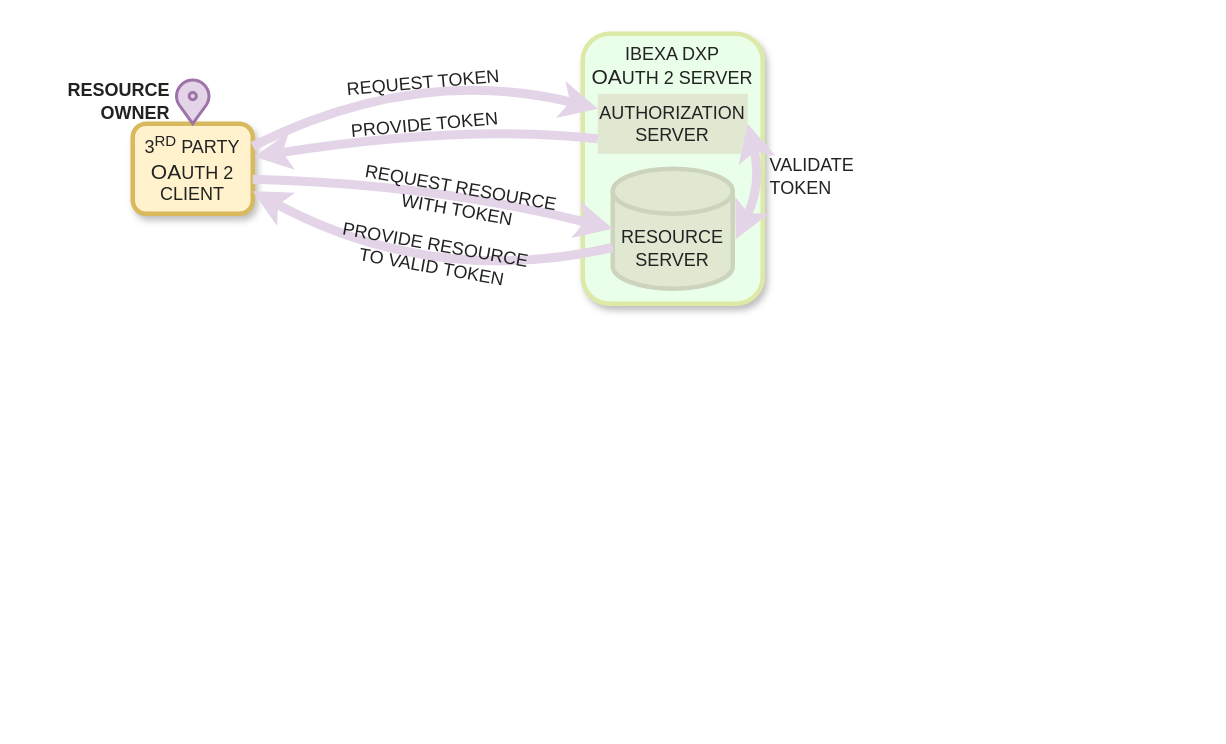
Before: docs/users/diagram_source/oauth2-server.drawio in ibexa/documentation-developer, a draw.io diagram. Source tidied: cells renumbered, new cells numbered last; positions are measured from the earlier drawing's top-left corner, leaving out a move shared by most shapes. Both pictures are drawn from the tidied source at 150%, with x=0, y=0 at pixel (26, 33).
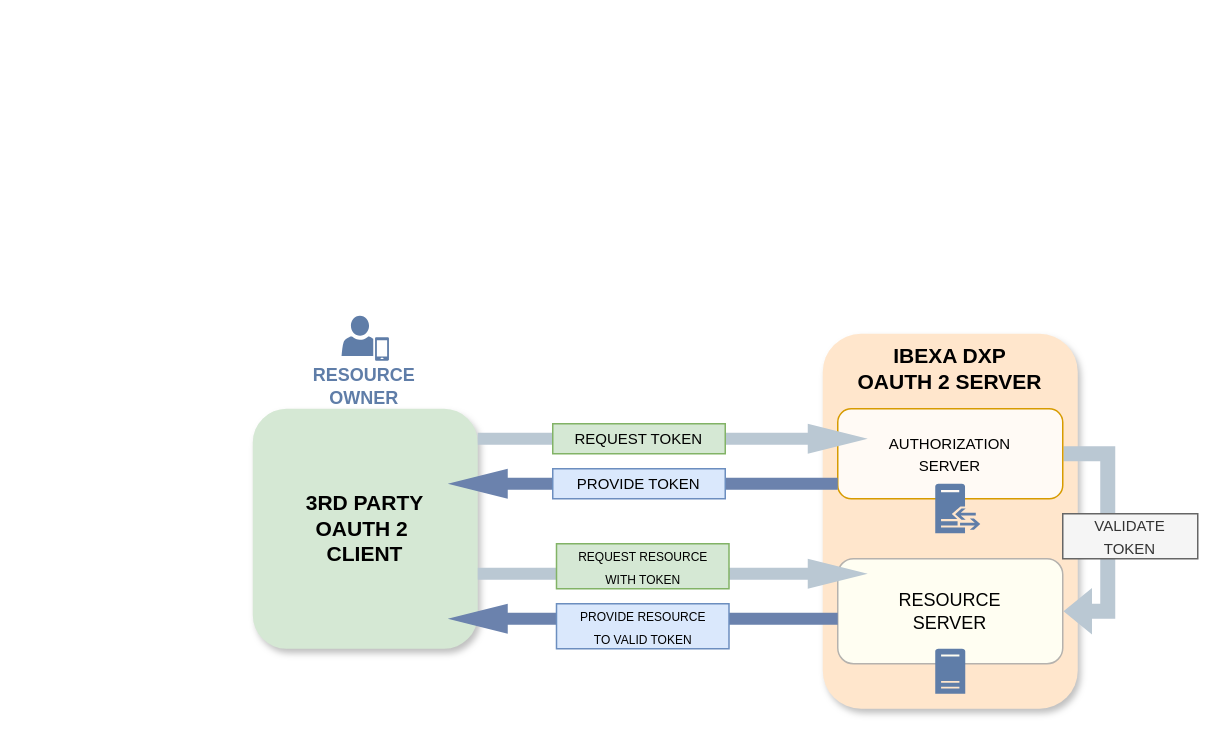
After the change.

Commit message (it also covers changes not shown here):
OAuth diagram styling

Change to the diagram source:
```diff
@@
-    <mxCell id="2" value="&lt;font color=&quot;#222222&quot;&gt;IBEXA DXP&lt;br&gt;&lt;font style=&quot;font-size: 14px;&quot;&gt;OA&lt;/font&gt;UTH 2 SERVER&lt;/font&gt;" style="rounded=1;whiteSpace=wrap;html=1;horizontal=1;verticalAlign=top;shadow=1;strokeWidth=3;fillColor=#eaffe9;strokeColor=#dde9a7;" parent="1" vertex="1">
-      <mxGeometry x="371" width="120" height="180" as="geometry" />
-    </mxCell>
+    <mxCell id="18" value="3RD PARTY&lt;br&gt;OAUTH 2&amp;nbsp;&lt;br&gt;&lt;span style=&quot;background-color: initial; text-align: right;&quot;&gt;CLIENT&lt;/span&gt;" style="rounded=1;whiteSpace=wrap;html=1;fontStyle=1;fontSize=14;fillColor=#d5e8d4;strokeColor=none;shadow=1;glass=0;verticalAlign=middle;" parent="1" vertex="1">
+      <mxGeometry x="151" y="250" width="150" height="160" as="geometry" />
+    </mxCell>
+    <mxCell id="17" value="&lt;b&gt;&lt;font color=&quot;#5f7da8&quot;&gt;RESOURCE&lt;br&gt;&lt;/font&gt;&lt;/b&gt;&lt;div style=&quot;&quot;&gt;&lt;span style=&quot;background-color: initial;&quot;&gt;&lt;b&gt;&lt;font color=&quot;#5f7da8&quot;&gt;OWNER&lt;/font&gt;&lt;/b&gt;&lt;/span&gt;&lt;/div&gt;" style="text;strokeColor=none;align=center;fillColor=none;html=1;verticalAlign=middle;whiteSpace=wrap;rounded=0;" parent="1" vertex="1">
+      <mxGeometry x="142.4" y="220" width="167.2" height="30" as="geometry" />
+    </mxCell>
+    <mxCell id="19" value="IBEXA DXP&lt;br style=&quot;border-color: var(--border-color);&quot;&gt;OAUTH 2 SERVER" style="rounded=1;whiteSpace=wrap;html=1;fontStyle=1;fontSize=14;fillColor=#ffe6cc;strokeColor=none;shadow=1;glass=0;verticalAlign=top;" parent="1" vertex="1">
+      <mxGeometry x="531" y="200" width="170" height="250" as="geometry" />
+    </mxCell>
+    <mxCell id="14" style="edgeStyle=orthogonalEdgeStyle;rounded=0;jettySize=auto;html=1;shape=flexArrow;entryX=1;entryY=0.5;entryDx=0;entryDy=0;fillColor=#BAC8D3;strokeColor=none;exitX=1;exitY=0.5;exitDx=0;exitDy=0;" parent="1" edge="1" source="3" target="4">
+      <mxGeometry relative="1" as="geometry">
+        <Array as="points">
+          <mxPoint x="721" y="280" />
+          <mxPoint x="721" y="385" />
+        </Array>
+      </mxGeometry>
+    </mxCell>
-    <mxCell id="3" value="&lt;font color=&quot;#222222&quot;&gt;AUTHORIZATION&lt;br&gt;SERVER&lt;/font&gt;" style="rounded=0;whiteSpace=wrap;html=1;strokeColor=none;fillColor=#e1e8d1;" parent="1" vertex="1">
-      <mxGeometry x="381" y="40" width="100" height="40" as="geometry" />
+    <mxCell id="3" value="&lt;font style=&quot;font-size: 10px;&quot;&gt;AUTHORIZATION&lt;/font&gt;&lt;br&gt;&lt;font style=&quot;font-size: 10px;&quot;&gt;SERVER&lt;/font&gt;" style="rounded=1;whiteSpace=wrap;html=1;fillColor=#FFFAF5;strokeColor=#d79b00;" parent="1" vertex="1">
+      <mxGeometry x="541" y="250" width="150" height="60" as="geometry" />
     </mxCell>
-    <mxCell id="4" value="&lt;font color=&quot;#222222&quot;&gt;RESOURCE&lt;br&gt;SERVER&lt;/font&gt;" style="shape=cylinder3;whiteSpace=wrap;html=1;boundedLbl=1;backgroundOutline=1;size=15;fillColor=#e1e8d1;strokeColor=#CDD4BE;strokeWidth=3;" parent="1" vertex="1">
-      <mxGeometry x="391" y="90" width="80" height="80" as="geometry" />
+    <mxCell id="4" value="RESOURCE&lt;br&gt;SERVER" style="rounded=1;whiteSpace=wrap;html=1;fillColor=#FFFEF2;strokeColor=#B5B2AE;" parent="1" vertex="1">
+      <mxGeometry x="541" y="350" width="150" height="70" as="geometry" />
     </mxCell>
-    <mxCell id="5" value="&lt;font color=&quot;#222222&quot;&gt;3&lt;sup&gt;RD&lt;/sup&gt; PARTY&lt;br&gt;&lt;font style=&quot;font-size: 14px;&quot;&gt;OA&lt;/font&gt;UTH 2 CLIENT&lt;/font&gt;" style="rounded=1;whiteSpace=wrap;html=1;shadow=1;strokeColor=#d8b95d;fillColor=#fff2cc;strokeWidth=3;" parent="1" vertex="1">
-      <mxGeometry x="71" y="60" width="80" height="60" as="geometry" />
-    </mxCell>
-    <mxCell id="6" style="endArrow=classic;html=1;rounded=0;exitX=1;exitY=0.25;exitDx=0;exitDy=0;entryX=0;entryY=0.25;entryDx=0;entryDy=0;curved=1;strokeColor=#e4d4e8;strokeWidth=6;" parent="1" edge="1" source="5" target="3">
-      <mxGeometry relative="1" as="geometry">
-        <Array as="points">
-          <mxPoint x="261" y="20" />
-        </Array>
-      </mxGeometry>
-    </mxCell>
+    <mxCell id="20" style="sketch=0;shadow=0;dashed=0;html=1;strokeColor=none;labelPosition=center;verticalLabelPosition=bottom;verticalAlign=top;align=center;shape=mxgraph.office.servers.server_generic;fillColor=#5F7DA8;" parent="1" vertex="1">
+      <mxGeometry x="606" y="410" width="20" height="30" as="geometry" />
+    </mxCell>
+    <mxCell id="15" value="&lt;span style=&quot;font-size: 10px;&quot;&gt;VALIDATE&lt;br&gt;&lt;/span&gt;&lt;font style=&quot;font-size: 10px;&quot;&gt;TOKEN&lt;/font&gt;" style="text;strokeColor=#666666;align=center;fillColor=#f5f5f5;html=1;verticalAlign=middle;whiteSpace=wrap;rounded=0;fontColor=#333333;" parent="1" vertex="1">
+      <mxGeometry x="691" y="320" width="90" height="30" as="geometry" />
+    </mxCell>
+    <mxCell id="21" style="sketch=0;shadow=0;dashed=0;html=1;strokeColor=none;fillColor=#5F7DA8;labelPosition=center;verticalLabelPosition=bottom;verticalAlign=top;align=center;shape=mxgraph.office.users.mobile_user;" parent="1" vertex="1">
+      <mxGeometry x="210.2" y="188" width="31.6" height="30" as="geometry" />
+    </mxCell>
+    <mxCell id="22" style="html=1;shadow=0;dashed=0;align=center;verticalAlign=middle;shape=mxgraph.arrows2.arrow;dy=0.6;dx=40;flipH=1;notch=0;fillColor=#bac8d3;strokeColor=none;rotation=-180;" parent="1" vertex="1">
+      <mxGeometry x="301" y="260" width="260" height="20" as="geometry" />
+    </mxCell>
-    <mxCell id="7" value="&lt;font color=&quot;#222222&quot;&gt;REQUEST TOKEN&lt;/font&gt;" style="text;html=1;align=center;verticalAlign=middle;whiteSpace=wrap;rounded=0;rotation=-5;" parent="1" vertex="1">
-      <mxGeometry x="210" y="17.5" width="110" height="30" as="geometry" />
+    <mxCell id="7" value="&lt;font style=&quot;font-size: 10px;&quot;&gt;REQUEST TOKEN&lt;br&gt;&lt;/font&gt;" style="text;strokeColor=#82b366;align=center;fillColor=#d5e8d4;html=1;verticalAlign=middle;whiteSpace=wrap;rounded=0;" parent="1" vertex="1">
+      <mxGeometry x="351" y="260" width="115" height="20" as="geometry" />
     </mxCell>
-    <mxCell id="8" style="endArrow=classic;html=1;rounded=0;exitX=0;exitY=0.75;exitDx=0;exitDy=0;entryX=1.013;entryY=0.367;entryDx=0;entryDy=0;curved=1;entryPerimeter=0;strokeColor=#e4d4e8;strokeWidth=6;" parent="1" edge="1" source="3" target="5">
-      <mxGeometry relative="1" as="geometry">
-        <Array as="points">
-          <mxPoint x="291" y="60" />
-        </Array>
-      </mxGeometry>
-    </mxCell>
+    <mxCell id="23" style="html=1;shadow=0;dashed=0;align=center;verticalAlign=middle;shape=mxgraph.arrows2.arrow;dy=0.6;dx=40;flipH=1;notch=0;fillColor=#6B82AD;strokeColor=none;rotation=0;" parent="1" vertex="1">
+      <mxGeometry x="281" y="290" width="260" height="20" as="geometry" />
+    </mxCell>
-    <mxCell id="9" value="&lt;font color=&quot;#222222&quot;&gt;PROVIDE TOKEN&lt;/font&gt;" style="text;html=1;align=center;verticalAlign=middle;whiteSpace=wrap;rounded=0;rotation=-5;" parent="1" vertex="1">
-      <mxGeometry x="211" y="46" width="110" height="30" as="geometry" />
+    <mxCell id="9" value="&lt;font style=&quot;font-size: 10px;&quot;&gt;PROVIDE TOKEN&lt;br&gt;&lt;/font&gt;" style="text;strokeColor=#6c8ebf;align=center;fillColor=#dae8fc;html=1;verticalAlign=middle;whiteSpace=wrap;rounded=0;" parent="1" vertex="1">
+      <mxGeometry x="351" y="290" width="115" height="20" as="geometry" />
     </mxCell>
-    <mxCell id="10" style="endArrow=classic;html=1;rounded=0;exitX=1;exitY=0.617;exitDx=0;exitDy=0;entryX=0;entryY=0.5;entryDx=0;entryDy=0;entryPerimeter=0;curved=1;exitPerimeter=0;strokeColor=#e4d4e8;strokeWidth=6;" parent="1" edge="1" source="5" target="4">
-      <mxGeometry relative="1" as="geometry">
-        <Array as="points">
-          <mxPoint x="271" y="100" />
-        </Array>
-      </mxGeometry>
-    </mxCell>
+    <mxCell id="24" style="html=1;shadow=0;dashed=0;align=center;verticalAlign=middle;shape=mxgraph.arrows2.arrow;dy=0.6;dx=40;flipH=1;notch=0;fillColor=#bac8d3;strokeColor=none;rotation=-180;" parent="1" vertex="1">
+      <mxGeometry x="301" y="350" width="260" height="20" as="geometry" />
+    </mxCell>
+    <mxCell id="25" style="sketch=0;shadow=0;dashed=0;html=1;strokeColor=none;fillColor=#5F7DA8;labelPosition=center;verticalLabelPosition=bottom;verticalAlign=top;align=center;shape=mxgraph.office.servers.reverse_proxy;" parent="1" vertex="1">
+      <mxGeometry x="606" y="300" width="30" height="33" as="geometry" />
+    </mxCell>
+    <mxCell id="26" style="html=1;shadow=0;dashed=0;align=center;verticalAlign=middle;shape=mxgraph.arrows2.arrow;dy=0.6;dx=40;flipH=1;notch=0;fillColor=#6B82AD;strokeColor=none;rotation=0;" parent="1" vertex="1">
+      <mxGeometry x="281" y="380" width="260" height="20" as="geometry" />
+    </mxCell>
-    <mxCell id="11" value="&lt;font color=&quot;#222222&quot;&gt;REQUEST RESOURCE WITH TOKEN&lt;/font&gt;" style="text;html=1;align=center;verticalAlign=middle;whiteSpace=wrap;rounded=0;rotation=10;" parent="1" vertex="1">
-      <mxGeometry x="221.1" y="94.6" width="136" height="30" as="geometry" />
+    <mxCell id="11" value="&lt;font style=&quot;font-size: 8px;&quot;&gt;REQUEST RESOURCE&lt;br&gt;WITH TOKEN&lt;br&gt;&lt;/font&gt;" style="text;strokeColor=#82b366;align=center;fillColor=#d5e8d4;html=1;verticalAlign=middle;whiteSpace=wrap;rounded=0;" parent="1" vertex="1">
+      <mxGeometry x="353.5" y="340" width="115" height="30" as="geometry" />
     </mxCell>
-    <mxCell id="12" style="endArrow=classic;html=1;rounded=0;exitX=0;exitY=0;exitDx=0;exitDy=52.5;exitPerimeter=0;curved=1;strokeColor=#e4d4e8;strokeWidth=6;" parent="1" edge="1" source="4">
-      <mxGeometry relative="1" as="geometry">
-        <mxPoint x="151" y="105" as="targetPoint" />
-        <Array as="points">
-          <mxPoint x="271" y="170" />
-        </Array>
-      </mxGeometry>
-    </mxCell>
-    <mxCell id="13" value="&lt;font color=&quot;#222222&quot;&gt;PROVIDE RESOURCE TO VALID TOKEN&lt;/font&gt;" style="text;html=1;align=center;verticalAlign=middle;whiteSpace=wrap;rounded=0;rotation=10;" parent="1" vertex="1">
-      <mxGeometry x="205.7" y="133.2" width="132" height="30" as="geometry" />
+    <mxCell id="13" value="&lt;font style=&quot;font-size: 8px;&quot;&gt;PROVIDE RESOURCE&lt;br&gt;TO VALID TOKEN&lt;br&gt;&lt;/font&gt;" style="text;strokeColor=#6c8ebf;align=center;fillColor=#dae8fc;html=1;verticalAlign=middle;whiteSpace=wrap;rounded=0;" parent="1" vertex="1">
+      <mxGeometry x="353.5" y="380" width="115" height="30" as="geometry" />
     </mxCell>
-    <mxCell id="14" style="endArrow=classic;startArrow=classic;html=1;rounded=0;entryX=1.025;entryY=0.588;entryDx=0;entryDy=0;entryPerimeter=0;exitX=1;exitY=0.5;exitDx=0;exitDy=0;curved=1;strokeColor=#e4d4e8;strokeWidth=6;" parent="1" edge="1" source="3" target="4">
-      <mxGeometry relative="1" as="geometry">
-        <Array as="points">
-          <mxPoint x="491" y="100" />
-        </Array>
-      </mxGeometry>
-    </mxCell>
-    <mxCell id="15" value="&lt;font color=&quot;#222222&quot;&gt;VALIDATE TOKEN&lt;/font&gt;" style="text;html=1;align=left;verticalAlign=middle;whiteSpace=wrap;rounded=0;" parent="1" vertex="1">
-      <mxGeometry x="494" y="80" width="80" height="30" as="geometry" />
-    </mxCell>
-    <mxCell id="16" style="html=1;verticalLabelPosition=bottom;align=center;labelBackgroundColor=#ffffff;verticalAlign=top;strokeWidth=2;strokeColor=#9d73aa;shadow=0;dashed=0;shape=mxgraph.ios7.icons.location;fillColor=#e4d4e8;" parent="1" vertex="1">
-      <mxGeometry x="99" y="30" width="24" height="30" as="geometry" />
-    </mxCell>
-    <mxCell id="17" value="&lt;font color=&quot;#222222&quot;&gt;RESOURCE OWNER&lt;/font&gt;" style="text;html=1;align=right;verticalAlign=middle;whiteSpace=wrap;rounded=0;fontStyle=1;" parent="1" vertex="1">
-      <mxGeometry y="30" width="98" height="30" as="geometry" />
-    </mxCell>
```
